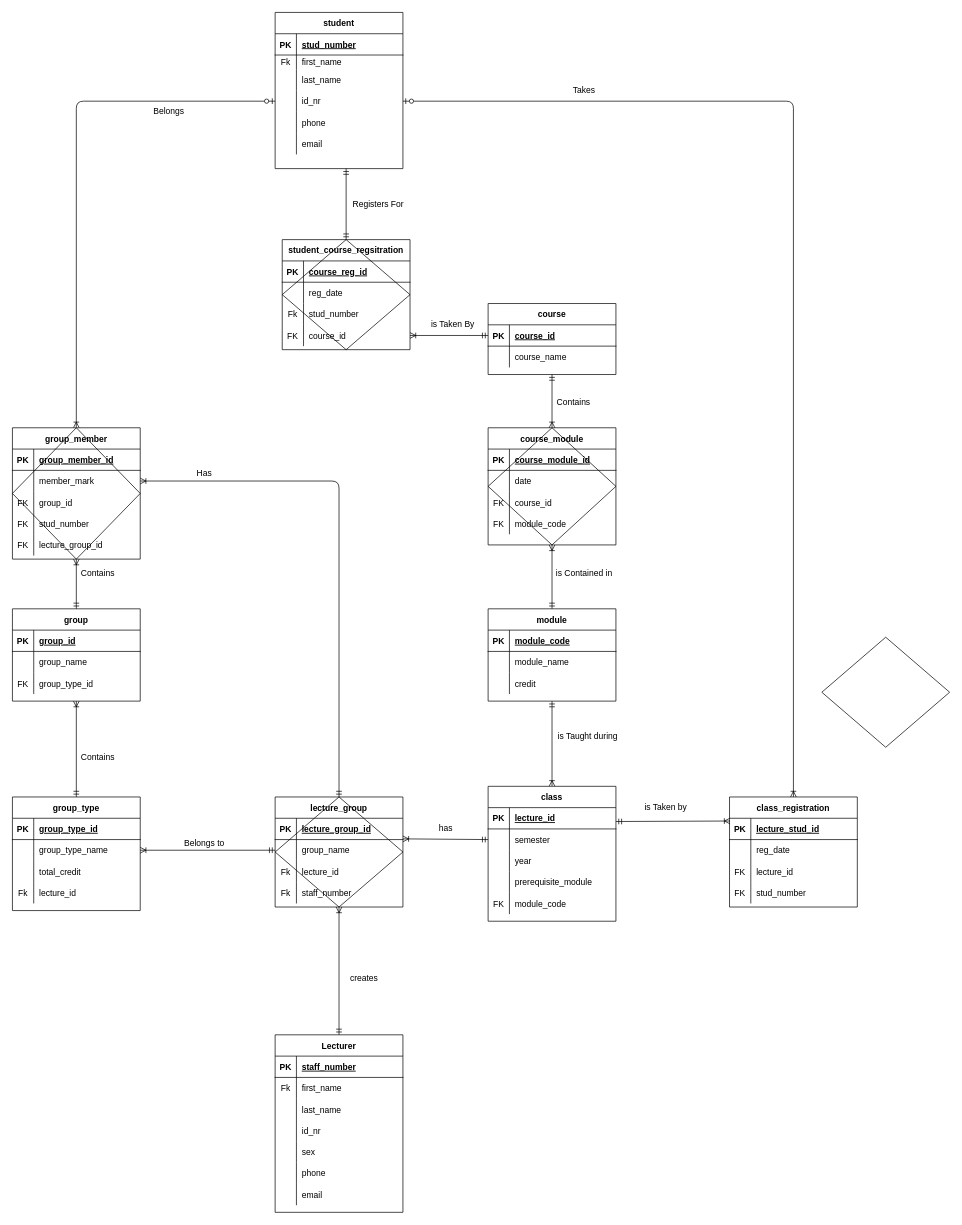
The draw.io diagram final_documentation/DSO_Old_Grouping - Copy.drawio in shikomatlala/grouping_system, before the edit. Source tidied: cells renumbered, new cells numbered last; positions are measured from the earlier drawing's top-left corner, leaving out a move shared by most shapes. Both pictures are drawn from the tidied source at 71%, with x=0, y=0 at pixel (12, 12).
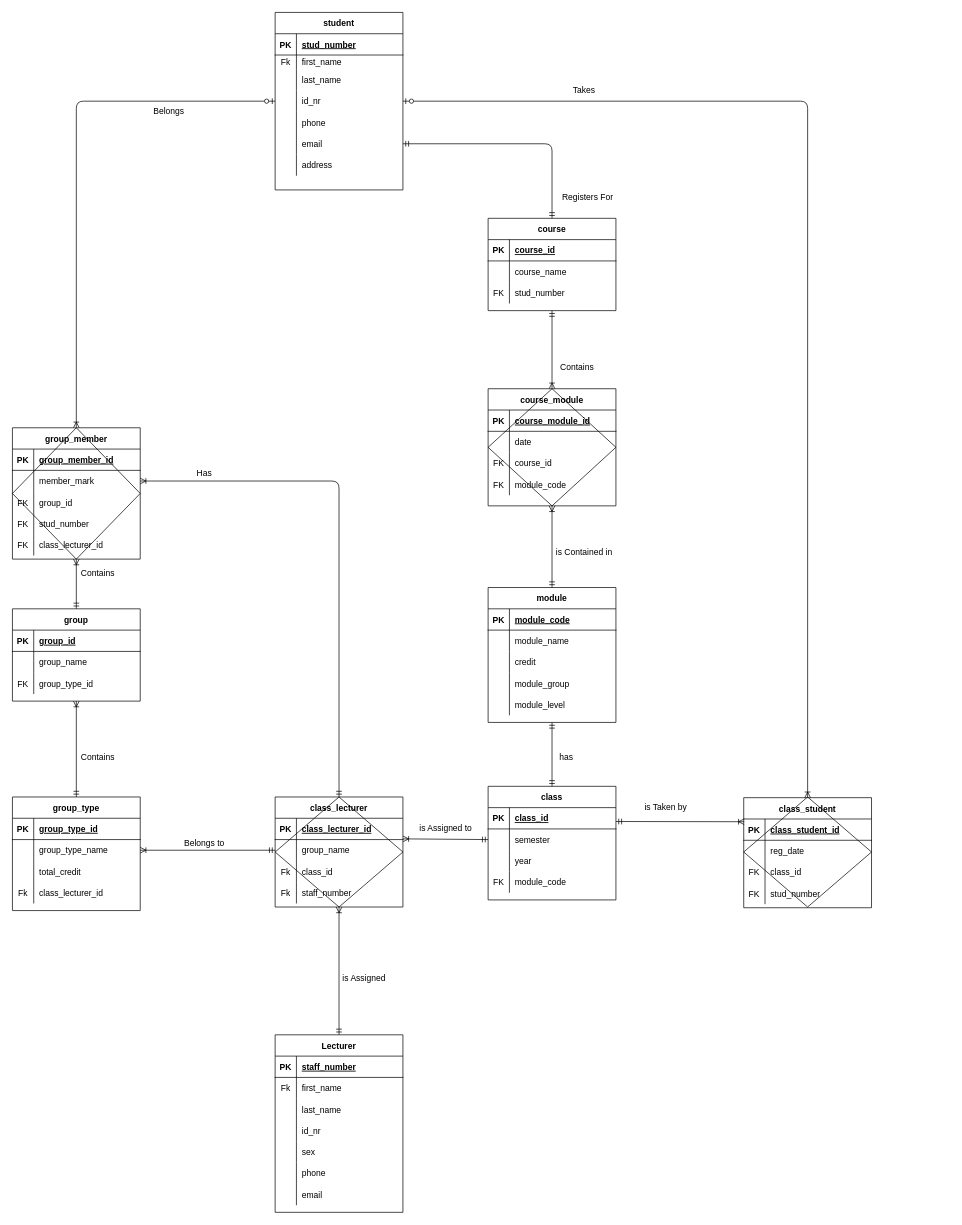
The same page after the edit.

The change refers to these unchanged cells:
```xml
<mxCell id="18" style="shape=partialRectangle;fillColor=none;top=0;left=0;bottom=0;right=0;points=[[0,0.5],[1,0.5]];portConstraint=eastwest;" parent="2" vertex="1">
  <mxGeometry y="170" width="180" height="30" as="geometry" />
</mxCell>
<mxCell id="35" style="shape=partialRectangle;fillColor=none;top=0;left=0;bottom=1;right=0;points=[[0,0.5],[1,0.5]];portConstraint=eastwest;" parent="34" vertex="1">
  <mxGeometry y="30" width="180" height="30" as="geometry" />
</mxCell>
<mxCell id="105" style="shape=partialRectangle;fillColor=none;top=0;left=0;bottom=0;right=0;" parent="95" vertex="1">
  <mxGeometry y="120" width="180" height="30" as="geometry" />
</mxCell>
<mxCell id="136" style="shape=partialRectangle;fillColor=none;top=0;left=0;bottom=0;right=0;" parent="123" vertex="1">
  <mxGeometry y="150" width="180" height="30" as="geometry" />
</mxCell>
<mxCell id="142" style="shape=partialRectangle;fillColor=none;top=0;left=0;bottom=1;right=0;" parent="141" vertex="1">
  <mxGeometry y="30" width="180" height="30" as="geometry" />
</mxCell>
<mxCell id="148" style="shape=partialRectangle;fillColor=none;top=0;left=0;bottom=0;right=0;" parent="141" vertex="1">
  <mxGeometry y="90" width="180" height="30" as="geometry" />
</mxCell>
<mxCell id="160" style="shape=partialRectangle;fillColor=none;top=0;left=0;bottom=1;right=0;points=[[0,0.5],[1,0.5]];portConstraint=eastwest;" parent="159" vertex="1">
  <mxGeometry y="30" width="180" height="30" as="geometry" />
</mxCell>
<mxCell id="176" style="shape=partialRectangle;fillColor=none;top=0;left=0;bottom=1;right=0;points=[[0,0.5],[1,0.5]];portConstraint=eastwest;" parent="175" vertex="1">
  <mxGeometry y="30" width="180" height="30" as="geometry" />
</mxCell>
<mxCell id="182" style="shape=partialRectangle;fillColor=none;top=0;left=0;bottom=0;right=0;" parent="175" vertex="1">
  <mxGeometry y="90" width="180" height="30" as="geometry" />
</mxCell>
```

The edit, as a diff of the source:
```diff
@@
     <mxCell id="2" value="student" style="shape=table;startSize=30;childLayout=tableLayout;rowLines=0;fontStyle=1;align=center;" parent="1" vertex="1">
-      <mxGeometry x="370" width="180" height="220" as="geometry" />
+      <mxGeometry x="370" width="180" height="250" as="geometry" />
     </mxCell>
@@
-    <mxCell id="21" value="student_course_regsitration" style="shape=table;startSize=30;childLayout=tableLayout;rowLines=0;fontStyle=1;align=center;" parent="1" vertex="1">
-      <mxGeometry x="380" y="320" width="180" height="155" as="geometry" />
-    </mxCell>
-    <mxCell id="22" style="shape=partialRectangle;fillColor=none;top=0;left=0;bottom=1;right=0;" parent="21" vertex="1">
-      <mxGeometry y="30" width="180" height="30" as="geometry" />
-    </mxCell>
-    <mxCell id="23" value="PK" style="shape=partialRectangle;fillColor=none;top=0;left=0;bottom=0;right=0;fontStyle=1;overflow=hidden;" parent="22" vertex="1">
-      <mxGeometry width="30" height="30" as="geometry" />
-    </mxCell>
-    <mxCell id="24" value="course_reg_id" style="shape=partialRectangle;fillColor=none;top=0;left=0;bottom=0;right=0;align=left;spacingLeft=6;fontStyle=5;overflow=hidden;" parent="22" vertex="1">
-      <mxGeometry x="30" width="150" height="30" as="geometry" />
-    </mxCell>
-    <mxCell id="25" style="shape=partialRectangle;fillColor=none;top=0;left=0;bottom=0;right=0;" parent="21" vertex="1">
-      <mxGeometry y="60" width="180" height="30" as="geometry" />
-    </mxCell>
-    <mxCell id="26" style="shape=partialRectangle;fillColor=none;top=0;left=0;bottom=0;right=0;overflow=hidden;" parent="25" vertex="1">
-      <mxGeometry width="30" height="30" as="geometry" />
-    </mxCell>
-    <mxCell id="27" value="reg_date" style="shape=partialRectangle;fillColor=none;top=0;left=0;bottom=0;right=0;align=left;spacingLeft=6;overflow=hidden;" parent="25" vertex="1">
-      <mxGeometry x="30" width="150" height="30" as="geometry" />
-    </mxCell>
-    <mxCell id="28" style="shape=partialRectangle;fillColor=none;top=0;left=0;bottom=0;right=0;" parent="21" vertex="1">
-      <mxGeometry y="90" width="180" height="30" as="geometry" />
-    </mxCell>
-    <mxCell id="29" value="Fk" style="shape=partialRectangle;fillColor=none;top=0;left=0;bottom=0;right=0;overflow=hidden;" parent="28" vertex="1">
-      <mxGeometry width="30" height="30" as="geometry" />
-    </mxCell>
-    <mxCell id="30" value="stud_number" style="shape=partialRectangle;fillColor=none;top=0;left=0;bottom=0;right=0;align=left;spacingLeft=6;overflow=hidden;" parent="28" vertex="1">
-      <mxGeometry x="30" width="150" height="30" as="geometry" />
-    </mxCell>
-    <mxCell id="31" style="shape=partialRectangle;fillColor=none;top=0;left=0;bottom=0;right=0;points=[[0,0.5],[1,0.5]];portConstraint=eastwest;" parent="21" vertex="1">
-      <mxGeometry y="120" width="180" height="30" as="geometry" />
-    </mxCell>
-    <mxCell id="32" value="FK" style="shape=partialRectangle;fillColor=none;top=0;left=0;bottom=0;right=0;overflow=hidden;" parent="31" vertex="1">
-      <mxGeometry width="30" height="30" as="geometry" />
-    </mxCell>
-    <mxCell id="33" value="course_id" style="shape=partialRectangle;fillColor=none;top=0;left=0;bottom=0;right=0;align=left;spacingLeft=6;overflow=hidden;" parent="31" vertex="1">
-      <mxGeometry x="30" width="150" height="30" as="geometry" />
-    </mxCell>
+    <mxCell id="200" style="shape=partialRectangle;fillColor=none;top=0;left=0;bottom=0;right=0;" parent="2" vertex="1">
+      <mxGeometry y="200" width="180" height="30" as="geometry" />
+    </mxCell>
+    <mxCell id="201" style="shape=partialRectangle;fillColor=none;top=0;left=0;bottom=0;right=0;overflow=hidden;" parent="200" vertex="1">
+      <mxGeometry width="30" height="30" as="geometry" />
+    </mxCell>
+    <mxCell id="202" value="address" style="shape=partialRectangle;fillColor=none;top=0;left=0;bottom=0;right=0;align=left;spacingLeft=6;overflow=hidden;" parent="200" vertex="1">
+      <mxGeometry x="30" width="150" height="30" as="geometry" />
+    </mxCell>
     <mxCell id="34" value="course" style="shape=table;startSize=30;childLayout=tableLayout;rowLines=0;fontStyle=1;align=center;" parent="1" vertex="1">
-      <mxGeometry x="670" y="410" width="180" height="100" as="geometry" />
+      <mxGeometry x="670" y="290" width="180" height="130" as="geometry" />
     </mxCell>
@@
+    <mxCell id="28" style="shape=partialRectangle;fillColor=none;top=0;left=0;bottom=0;right=0;" parent="34" vertex="1">
+      <mxGeometry y="90" width="180" height="30" as="geometry" />
+    </mxCell>
+    <mxCell id="32" value="FK" style="shape=partialRectangle;fillColor=none;top=0;left=0;bottom=0;right=0;overflow=hidden;" parent="28" vertex="1">
+      <mxGeometry width="30" height="30" as="geometry" />
+    </mxCell>
+    <mxCell id="30" value="stud_number" style="shape=partialRectangle;fillColor=none;top=0;left=0;bottom=0;right=0;align=left;spacingLeft=6;overflow=hidden;" parent="28" vertex="1">
+      <mxGeometry x="30" width="150" height="30" as="geometry" />
+    </mxCell>
     <mxCell id="41" value="Registers For" style="text;html=1;align=center;verticalAlign=middle;" parent="1" vertex="1">
-      <mxGeometry x="470" y="260" width="90" height="20" as="geometry" />
+      <mxGeometry x="765" y="250" width="90" height="20" as="geometry" />
     </mxCell>
-    <mxCell id="42" value="is Taken By" style="text;html=1;align=center;verticalAlign=middle;" parent="1" vertex="1">
-      <mxGeometry x="580" y="430" width="80" height="20" as="geometry" />
-    </mxCell>
     <mxCell id="43" value="module" style="shape=table;startSize=30;childLayout=tableLayout;rowLines=0;fontStyle=1;align=center;" parent="1" vertex="1">
-      <mxGeometry x="670" y="840" width="180" height="130" as="geometry" />
+      <mxGeometry x="670" y="810" width="180" height="190" as="geometry" />
     </mxCell>
@@
+    <mxCell id="203" style="shape=partialRectangle;fillColor=none;top=0;left=0;bottom=0;right=0;" parent="43" vertex="1">
+      <mxGeometry y="120" width="180" height="30" as="geometry" />
+    </mxCell>
+    <mxCell id="204" style="shape=partialRectangle;fillColor=none;top=0;left=0;bottom=0;right=0;overflow=hidden;" parent="203" vertex="1">
+      <mxGeometry width="30" height="30" as="geometry" />
+    </mxCell>
+    <mxCell id="205" value="module_group" style="shape=partialRectangle;fillColor=none;top=0;left=0;bottom=0;right=0;align=left;spacingLeft=6;overflow=hidden;" parent="203" vertex="1">
+      <mxGeometry x="30" width="150" height="30" as="geometry" />
+    </mxCell>
+    <mxCell id="206" style="shape=partialRectangle;fillColor=none;top=0;left=0;bottom=0;right=0;" parent="43" vertex="1">
+      <mxGeometry y="150" width="180" height="30" as="geometry" />
+    </mxCell>
+    <mxCell id="207" style="shape=partialRectangle;fillColor=none;top=0;left=0;bottom=0;right=0;overflow=hidden;" parent="206" vertex="1">
+      <mxGeometry width="30" height="30" as="geometry" />
+    </mxCell>
+    <mxCell id="208" value="module_level" style="shape=partialRectangle;fillColor=none;top=0;left=0;bottom=0;right=0;align=left;spacingLeft=6;overflow=hidden;" parent="206" vertex="1">
+      <mxGeometry x="30" width="150" height="30" as="geometry" />
+    </mxCell>
     <mxCell id="53" value="course_module" style="shape=table;startSize=30;childLayout=tableLayout;rowLines=0;fontStyle=1;align=center;" parent="1" vertex="1">
-      <mxGeometry x="670" y="585" width="180" height="165" as="geometry" />
+      <mxGeometry x="670" y="530" width="180" height="165" as="geometry" />
     </mxCell>
@@
     <mxCell id="68" value="Contains" style="text;html=1;align=center;verticalAlign=middle;" parent="1" vertex="1">
-      <mxGeometry x="760" y="540" width="60" height="20" as="geometry" />
+      <mxGeometry x="765" y="490" width="60" height="20" as="geometry" />
     </mxCell>
-    <mxCell id="69" value="is Taught during" style="text;html=1;align=center;verticalAlign=middle;" parent="1" vertex="1">
-      <mxGeometry x="760" y="1010" width="100" height="20" as="geometry" />
+    <mxCell id="69" value="has" style="text;html=1;align=center;verticalAlign=middle;" parent="1" vertex="1">
+      <mxGeometry x="765" y="1040" width="30" height="20" as="geometry" />
     </mxCell>
-    <mxCell id="70" style="fontSize=12;html=1;endArrow=ERoneToMany;startArrow=ERmandOne;exitX=0;exitY=0.5;exitDx=0;exitDy=0;entryX=1;entryY=0.5;entryDx=0;entryDy=0;" parent="1" edge="1" source="35" target="31">
-      <mxGeometry relative="1" as="geometry" />
-    </mxCell>
-    <mxCell id="71" style="fontSize=12;html=1;endArrow=ERoneToMany;startArrow=ERmandOne;exitX=0.5;exitY=1;exitDx=0;exitDy=0;entryX=0.5;entryY=0;entryDx=0;entryDy=0;" parent="1" edge="1" source="43" target="159">
-      <mxGeometry relative="1" as="geometry" />
-    </mxCell>
@@
     <mxCell id="94" value="is Contained in" style="text;html=1;align=center;verticalAlign=middle;" parent="1" vertex="1">
-      <mxGeometry x="760" y="780" width="90" height="20" as="geometry" />
+      <mxGeometry x="760" y="750" width="90" height="20" as="geometry" />
     </mxCell>
@@
-    <mxCell id="107" value="lecture_id" style="shape=partialRectangle;fillColor=none;top=0;left=0;bottom=0;right=0;align=left;spacingLeft=6;overflow=hidden;" parent="105" vertex="1">
+    <mxCell id="107" value="class_lecturer_id" style="shape=partialRectangle;fillColor=none;top=0;left=0;bottom=0;right=0;align=left;spacingLeft=6;overflow=hidden;" parent="105" vertex="1">
       <mxGeometry x="30" width="150" height="30" as="geometry" />
     </mxCell>
@@
-    <mxCell id="121" value="creates" style="text;html=1;align=center;verticalAlign=middle;" parent="1" vertex="1">
-      <mxGeometry x="470" y="1350" width="50" height="20" as="geometry" />
+    <mxCell id="121" value="is Assigned" style="text;html=1;align=center;verticalAlign=middle;" parent="1" vertex="1">
+      <mxGeometry x="455" y="1350" width="80" height="20" as="geometry" />
     </mxCell>
@@
-    <mxCell id="138" value="lecture_group_id" style="shape=partialRectangle;fillColor=none;top=0;left=0;bottom=0;right=0;align=left;spacingLeft=6;overflow=hidden;" parent="136" vertex="1">
+    <mxCell id="138" value="class_lecturer_id" style="shape=partialRectangle;fillColor=none;top=0;left=0;bottom=0;right=0;align=left;spacingLeft=6;overflow=hidden;" parent="136" vertex="1">
       <mxGeometry x="30" width="150" height="30" as="geometry" />
     </mxCell>
@@
-    <mxCell id="141" value="lecture_group" style="shape=table;startSize=30;childLayout=tableLayout;rowLines=0;fontStyle=1;align=center;" parent="1" vertex="1">
+    <mxCell id="141" value="class_lecturer" style="shape=table;startSize=30;childLayout=tableLayout;rowLines=0;fontStyle=1;align=center;" parent="1" vertex="1">
       <mxGeometry x="370" y="1105" width="180" height="155" as="geometry" />
     </mxCell>
@@
-    <mxCell id="144" value="lecture_group_id" style="shape=partialRectangle;fillColor=none;top=0;left=0;bottom=0;right=0;align=left;spacingLeft=6;fontStyle=5;overflow=hidden;" parent="142" vertex="1">
+    <mxCell id="144" value="class_lecturer_id" style="shape=partialRectangle;fillColor=none;top=0;left=0;bottom=0;right=0;align=left;spacingLeft=6;fontStyle=5;overflow=hidden;" parent="142" vertex="1">
       <mxGeometry x="30" width="150" height="30" as="geometry" />
     </mxCell>
@@
-    <mxCell id="150" value="lecture_id" style="shape=partialRectangle;fillColor=none;top=0;left=0;bottom=0;right=0;align=left;spacingLeft=6;overflow=hidden;" parent="148" vertex="1">
+    <mxCell id="150" value="class_id" style="shape=partialRectangle;fillColor=none;top=0;left=0;bottom=0;right=0;align=left;spacingLeft=6;overflow=hidden;" parent="148" vertex="1">
       <mxGeometry x="30" width="150" height="30" as="geometry" />
     </mxCell>
@@
-    <mxCell id="156" value="has" style="text;html=1;align=center;verticalAlign=middle;" parent="1" vertex="1">
-      <mxGeometry x="595" y="1140" width="30" height="20" as="geometry" />
+    <mxCell id="156" value="is Assigned to" style="text;html=1;align=center;verticalAlign=middle;" parent="1" vertex="1">
+      <mxGeometry x="565" y="1140" width="90" height="20" as="geometry" />
     </mxCell>
@@
     <mxCell id="159" value="class" style="shape=table;startSize=30;childLayout=tableLayout;rowLines=0;fontStyle=1;align=center;" parent="1" vertex="1">
-      <mxGeometry x="670" y="1090" width="180" height="190" as="geometry" />
+      <mxGeometry x="670" y="1090" width="180" height="160" as="geometry" />
     </mxCell>
@@
-    <mxCell id="162" value="lecture_id" style="shape=partialRectangle;fillColor=none;top=0;left=0;bottom=0;right=0;align=left;spacingLeft=6;fontStyle=5;overflow=hidden;" parent="160" vertex="1">
+    <mxCell id="162" value="class_id" style="shape=partialRectangle;fillColor=none;top=0;left=0;bottom=0;right=0;align=left;spacingLeft=6;fontStyle=5;overflow=hidden;" parent="160" vertex="1">
       <mxGeometry x="30" width="150" height="30" as="geometry" />
     </mxCell>
@@
-    <mxCell id="169" style="shape=partialRectangle;fillColor=none;top=0;left=0;bottom=0;right=0;" parent="159" vertex="1">
-      <mxGeometry y="120" width="180" height="30" as="geometry" />
-    </mxCell>
-    <mxCell id="170" style="shape=partialRectangle;fillColor=none;top=0;left=0;bottom=0;right=0;overflow=hidden;" parent="169" vertex="1">
-      <mxGeometry width="30" height="30" as="geometry" />
-    </mxCell>
-    <mxCell id="171" value="prerequisite_module" style="shape=partialRectangle;fillColor=none;top=0;left=0;bottom=0;right=0;align=left;spacingLeft=6;overflow=hidden;" parent="169" vertex="1">
-      <mxGeometry x="30" width="150" height="30" as="geometry" />
-    </mxCell>
     <mxCell id="172" style="shape=partialRectangle;fillColor=none;top=0;left=0;bottom=0;right=0;" parent="159" vertex="1">
-      <mxGeometry y="150" width="180" height="30" as="geometry" />
+      <mxGeometry y="120" width="180" height="30" as="geometry" />
     </mxCell>
@@
-    <mxCell id="175" value="class_registration" style="shape=table;startSize=30;childLayout=tableLayout;rowLines=0;fontStyle=1;align=center;" parent="1" vertex="1">
-      <mxGeometry x="1010" y="1105" width="180" height="155" as="geometry" />
+    <mxCell id="175" value="class_student" style="shape=table;startSize=30;childLayout=tableLayout;rowLines=0;fontStyle=1;align=center;" parent="1" vertex="1">
+      <mxGeometry x="1030" y="1106" width="180" height="155" as="geometry" />
     </mxCell>
@@
-    <mxCell id="178" value="lecture_stud_id" style="shape=partialRectangle;fillColor=none;top=0;left=0;bottom=0;right=0;align=left;spacingLeft=6;fontStyle=5;overflow=hidden;" parent="176" vertex="1">
+    <mxCell id="178" value="class_student_id" style="shape=partialRectangle;fillColor=none;top=0;left=0;bottom=0;right=0;align=left;spacingLeft=6;fontStyle=5;overflow=hidden;" parent="176" vertex="1">
       <mxGeometry x="30" width="150" height="30" as="geometry" />
     </mxCell>
@@
-    <mxCell id="184" value="lecture_id" style="shape=partialRectangle;fillColor=none;top=0;left=0;bottom=0;right=0;align=left;spacingLeft=6;overflow=hidden;" parent="182" vertex="1">
+    <mxCell id="184" value="class_id" style="shape=partialRectangle;fillColor=none;top=0;left=0;bottom=0;right=0;align=left;spacingLeft=6;overflow=hidden;" parent="182" vertex="1">
       <mxGeometry x="30" width="150" height="30" as="geometry" />
     </mxCell>
@@
     <mxCell id="192" style="rhombus;whiteSpace=wrap;html=1;fillColor=none;" parent="1" vertex="1">
-      <mxGeometry x="670" y="585" width="180" height="165" as="geometry" />
+      <mxGeometry x="670" y="530" width="180" height="165" as="geometry" />
     </mxCell>
-    <mxCell id="193" style="rhombus;whiteSpace=wrap;html=1;fillColor=none;" parent="1" vertex="1">
-      <mxGeometry x="380" y="320" width="180" height="155" as="geometry" />
-    </mxCell>
-    <mxCell id="194" style="rhombus;whiteSpace=wrap;html=1;fillColor=none;" parent="1" vertex="1">
-      <mxGeometry x="1140" y="880" width="180" height="155" as="geometry" />
-    </mxCell>
@@
-    <mxCell id="199" style="fontSize=12;html=1;endArrow=ERmandOne;startArrow=ERmandOne;exitX=0.5;exitY=0;exitDx=0;exitDy=0;" parent="1" edge="1" source="193">
-      <mxGeometry relative="1" as="geometry">
-        <mxPoint x="470" y="220" as="targetPoint" />
-      </mxGeometry>
+    <mxCell id="199" style="fontSize=12;html=1;endArrow=ERmandOne;startArrow=ERmandOne;exitX=0.5;exitY=0;exitDx=0;exitDy=0;entryX=1;entryY=0.5;entryDx=0;entryDy=0;edgeStyle=orthogonalEdgeStyle;" parent="1" edge="1" source="34" target="18">
+      <mxGeometry relative="1" as="geometry" />
     </mxCell>
+    <mxCell id="209" style="fontSize=12;html=1;endArrow=ERmandOne;startArrow=ERmandOne;entryX=0.5;entryY=1;entryDx=0;entryDy=0;exitX=0.5;exitY=0;exitDx=0;exitDy=0;" parent="1" edge="1" source="159" target="43">
+      <mxGeometry relative="1" as="geometry" />
+    </mxCell>
+    <mxCell id="210" style="rhombus;whiteSpace=wrap;html=1;fillColor=none;" parent="1" vertex="1">
+      <mxGeometry x="1030" y="1105" width="180" height="155" as="geometry" />
+    </mxCell>
```
